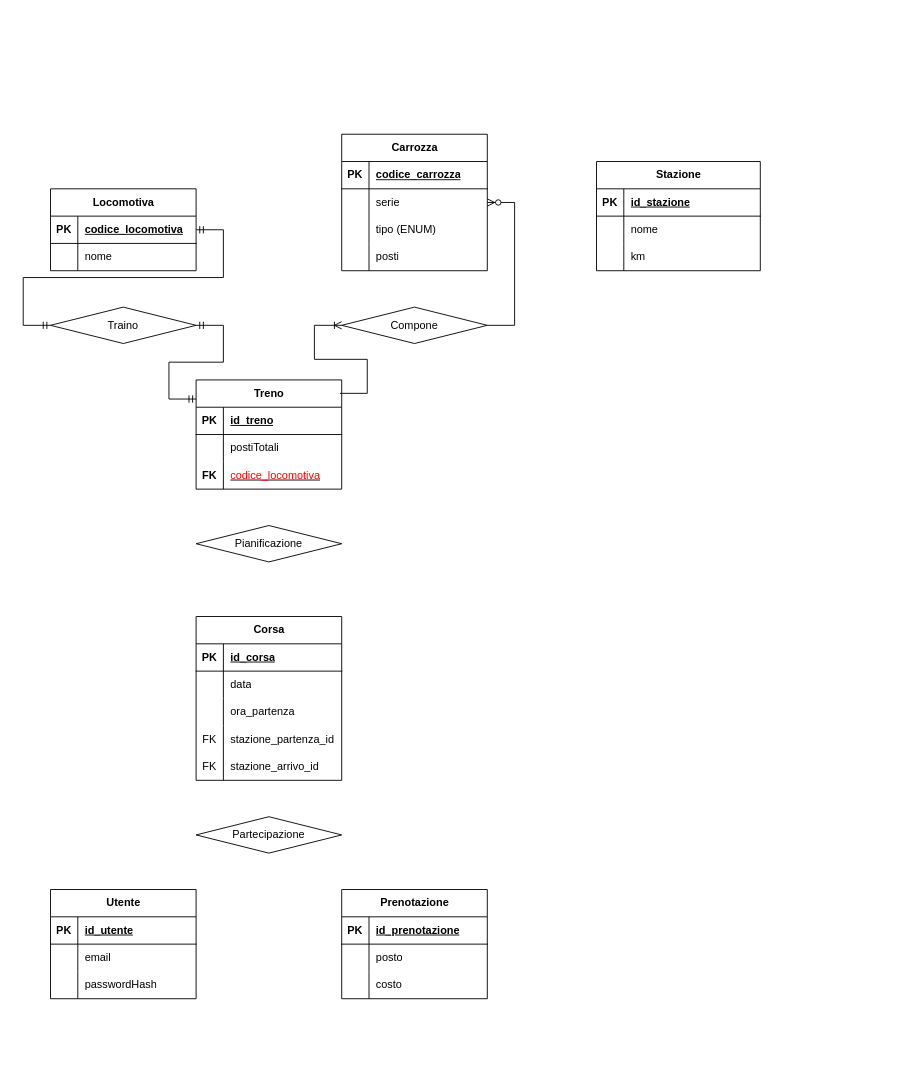
Earlier version of the draw.io diagram ER - vendita biglietti per SFT.drawio (alex991906/vendita-biglietti-sft). Source tidied: cells renumbered, new cells numbered last; positions are measured from the earlier drawing's top-left corner, leaving out a move shared by most shapes. Both pictures are drawn from the tidied source at 91%, with x=0, y=0 at pixel (50, 134).
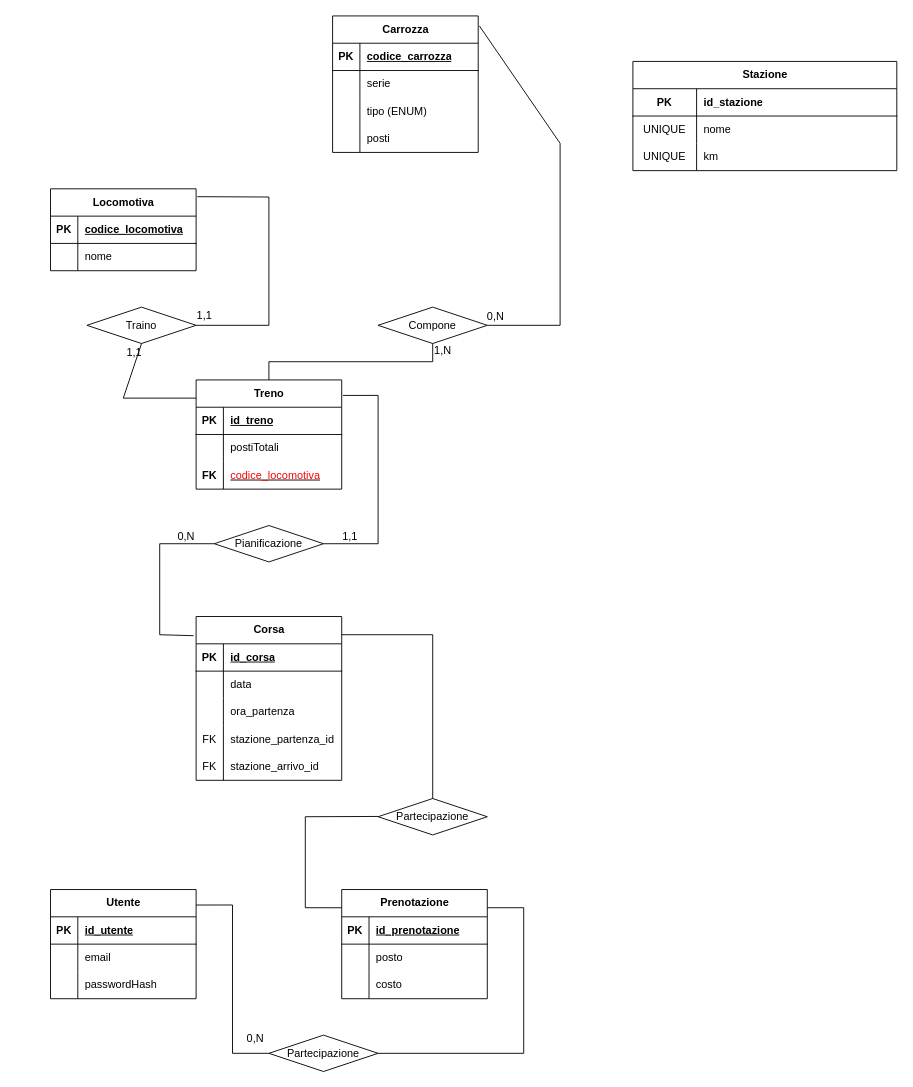
After the change.

The change refers to these unchanged cells:
```xml
<mxCell id="2" value="Corsa" style="shape=table;startSize=30;childLayout=tableLayout;rowLines=0;fontStyle=1;align=center;html=1;" parent="1" vertex="1">
  <mxGeometry x="160" y="530" width="160" height="180" as="geometry" />
</mxCell>
<mxCell id="28" value="Treno" style="shape=table;startSize=30;childLayout=tableLayout;rowLines=0;fontStyle=1;align=center;html=1;" parent="1" vertex="1">
  <mxGeometry x="160" y="270" width="160" height="120" as="geometry" />
</mxCell>
<mxCell id="38" value="Locomotiva" style="shape=table;startSize=30;childLayout=tableLayout;rowLines=0;fontStyle=1;align=center;html=1;" parent="1" vertex="1">
  <mxGeometry y="60" width="160" height="90" as="geometry" />
</mxCell>
<mxCell id="39" style="shape=tableRow;horizontal=0;startSize=0;swimlaneHead=0;swimlaneBody=0;fillColor=none;points=[[0,0.5],[1,0.5]];portConstraint=eastwest;top=0;left=0;right=0;bottom=1;" parent="38" vertex="1">
  <mxGeometry y="30" width="160" height="30" as="geometry" />
</mxCell>
<mxCell id="58" value="Prenotazione" style="shape=table;startSize=30;childLayout=tableLayout;rowLines=0;fontStyle=1;align=center;html=1;" parent="1" vertex="1">
  <mxGeometry x="320" y="830" width="160" height="120" as="geometry" />
</mxCell>
<mxCell id="72" value="Utente" style="shape=table;startSize=30;childLayout=tableLayout;rowLines=0;fontStyle=1;align=center;html=1;" parent="1" vertex="1">
  <mxGeometry y="830" width="160" height="120" as="geometry" />
</mxCell>
```

Change to the diagram source:
```diff
@@
     <mxCell id="18" value="Stazione" style="shape=table;startSize=30;childLayout=tableLayout;rowLines=0;fontStyle=1;align=center;html=1;" parent="1" vertex="1">
-      <mxGeometry x="600" y="30" width="180" height="120" as="geometry" />
+      <mxGeometry x="640" y="-80" width="290" height="120" as="geometry" />
     </mxCell>
     <mxCell id="19" style="shape=tableRow;horizontal=0;startSize=0;swimlaneHead=0;swimlaneBody=0;fillColor=none;top=0;left=0;right=0;bottom=1;" parent="18" vertex="1">
-      <mxGeometry y="30" width="180" height="30" as="geometry" />
+      <mxGeometry y="30" width="290" height="30" as="geometry" />
     </mxCell>
     <mxCell id="20" value="PK" style="shape=partialRectangle;fillColor=none;top=0;left=0;bottom=0;right=0;fontStyle=1;overflow=hidden;whiteSpace=wrap;html=1;" parent="19" vertex="1">
-      <mxGeometry width="30" height="30" as="geometry" />
+      <mxGeometry width="70" height="30" as="geometry" />
     </mxCell>
-    <mxCell id="21" value="id_stazione" style="shape=partialRectangle;fillColor=none;top=0;left=0;bottom=0;right=0;align=left;spacingLeft=6;fontStyle=5;overflow=hidden;whiteSpace=wrap;html=1;" parent="19" vertex="1">
-      <mxGeometry x="30" width="150" height="30" as="geometry" />
+    <mxCell id="21" value="id_stazione" style="shape=partialRectangle;fillColor=none;top=0;left=0;bottom=0;right=0;align=left;spacingLeft=6;fontStyle=1;overflow=hidden;whiteSpace=wrap;html=1;" parent="19" vertex="1">
+      <mxGeometry x="70" width="220" height="30" as="geometry" />
     </mxCell>
     <mxCell id="22" style="shape=tableRow;horizontal=0;startSize=0;swimlaneHead=0;swimlaneBody=0;fillColor=none;top=0;left=0;right=0;bottom=0;" parent="18" vertex="1">
-      <mxGeometry y="60" width="180" height="30" as="geometry" />
+      <mxGeometry y="60" width="290" height="30" as="geometry" />
     </mxCell>
-    <mxCell id="23" style="shape=partialRectangle;fillColor=none;top=0;left=0;bottom=0;right=0;overflow=hidden;whiteSpace=wrap;html=1;" parent="22" vertex="1">
-      <mxGeometry width="30" height="30" as="geometry" />
+    <mxCell id="23" value="UNIQUE" style="shape=partialRectangle;fillColor=none;top=0;left=0;bottom=0;right=0;overflow=hidden;whiteSpace=wrap;html=1;" parent="22" vertex="1">
+      <mxGeometry width="70" height="30" as="geometry" />
     </mxCell>
     <mxCell id="24" value="nome" style="shape=partialRectangle;fillColor=none;top=0;left=0;bottom=0;right=0;align=left;spacingLeft=6;overflow=hidden;whiteSpace=wrap;html=1;" parent="22" vertex="1">
-      <mxGeometry x="30" width="150" height="30" as="geometry" />
+      <mxGeometry x="70" width="220" height="30" as="geometry" />
     </mxCell>
     <mxCell id="25" style="shape=tableRow;horizontal=0;startSize=0;swimlaneHead=0;swimlaneBody=0;fillColor=none;top=0;left=0;right=0;bottom=0;" parent="18" vertex="1">
-      <mxGeometry y="90" width="180" height="30" as="geometry" />
+      <mxGeometry y="90" width="290" height="30" as="geometry" />
     </mxCell>
-    <mxCell id="26" style="shape=partialRectangle;fillColor=none;top=0;left=0;bottom=0;right=0;overflow=hidden;whiteSpace=wrap;html=1;" parent="25" vertex="1">
-      <mxGeometry width="30" height="30" as="geometry" />
+    <mxCell id="26" value="UNIQUE" style="shape=partialRectangle;fillColor=none;top=0;left=0;bottom=0;right=0;overflow=hidden;whiteSpace=wrap;html=1;" parent="25" vertex="1">
+      <mxGeometry width="70" height="30" as="geometry" />
     </mxCell>
     <mxCell id="27" value="km" style="shape=partialRectangle;fillColor=none;top=0;left=0;bottom=0;right=0;align=left;spacingLeft=6;overflow=hidden;whiteSpace=wrap;html=1;" parent="25" vertex="1">
-      <mxGeometry x="30" width="150" height="30" as="geometry" />
+      <mxGeometry x="70" width="220" height="30" as="geometry" />
     </mxCell>
@@
     <mxCell id="45" value="Carrozza" style="shape=table;startSize=30;childLayout=tableLayout;rowLines=0;fontStyle=1;align=center;html=1;" parent="1" vertex="1">
-      <mxGeometry x="320" width="160" height="150" as="geometry" />
+      <mxGeometry x="310" y="-130" width="160" height="150" as="geometry" />
     </mxCell>
@@
     <mxCell id="68" value="Compone" style="shape=rhombus;perimeter=rhombusPerimeter;whiteSpace=wrap;html=1;align=center;" parent="1" vertex="1">
-      <mxGeometry x="320" y="190" width="160" height="40" as="geometry" />
+      <mxGeometry x="360" y="190" width="120" height="40" as="geometry" />
     </mxCell>
     <mxCell id="69" value="Traino" style="shape=rhombus;perimeter=rhombusPerimeter;whiteSpace=wrap;html=1;align=center;" parent="1" vertex="1">
-      <mxGeometry y="190" width="160" height="40" as="geometry" />
+      <mxGeometry x="40" y="190" width="120" height="40" as="geometry" />
     </mxCell>
     <mxCell id="70" value="Pianificazione" style="shape=rhombus;perimeter=rhombusPerimeter;whiteSpace=wrap;html=1;align=center;" parent="1" vertex="1">
-      <mxGeometry x="160" y="430" width="160" height="40" as="geometry" />
+      <mxGeometry x="180" y="430" width="120" height="40" as="geometry" />
     </mxCell>
     <mxCell id="71" value="Partecipazione" style="shape=rhombus;perimeter=rhombusPerimeter;whiteSpace=wrap;html=1;align=center;" parent="1" vertex="1">
-      <mxGeometry x="160" y="750" width="160" height="40" as="geometry" />
+      <mxGeometry x="360" y="730" width="120" height="40" as="geometry" />
     </mxCell>
@@
+    <mxCell id="83" style="endArrow=none;html=1;rounded=0;entryX=1.008;entryY=0.073;entryDx=0;entryDy=0;entryPerimeter=0;exitX=1;exitY=0.5;exitDx=0;exitDy=0;" parent="1" edge="1" source="68" target="45">
+      <mxGeometry relative="1" as="geometry">
+        <Array as="points">
+          <mxPoint x="560" y="210" />
+          <mxPoint x="560" y="10" />
+        </Array>
+      </mxGeometry>
+    </mxCell>
-    <mxCell id="82" style="edgeStyle=entityRelationEdgeStyle;fontSize=12;html=1;endArrow=ERoneToMany;rounded=0;exitX=0.988;exitY=0.123;exitDx=0;exitDy=0;exitPerimeter=0;" parent="1" edge="1" source="28" target="68">
-      <mxGeometry relative="1" as="geometry" />
+    <mxCell id="82" style="endArrow=none;html=1;rounded=0;entryX=0.5;entryY=1;entryDx=0;entryDy=0;exitX=0.5;exitY=0;exitDx=0;exitDy=0;" parent="1" edge="1" source="28" target="68">
+      <mxGeometry relative="1" as="geometry">
+        <Array as="points">
+          <mxPoint x="240" y="250" />
+          <mxPoint x="420" y="250" />
+        </Array>
+      </mxGeometry>
     </mxCell>
-    <mxCell id="83" style="edgeStyle=entityRelationEdgeStyle;fontSize=12;html=1;endArrow=ERzeroToMany;endFill=1;rounded=0;" parent="1" edge="1" source="68" target="45">
-      <mxGeometry relative="1" as="geometry" />
-    </mxCell>
-    <mxCell id="84" style="edgeStyle=entityRelationEdgeStyle;fontSize=12;html=1;endArrow=ERmandOne;startArrow=ERmandOne;rounded=0;entryX=0.001;entryY=0.175;entryDx=0;entryDy=0;entryPerimeter=0;" parent="1" edge="1" source="69" target="28">
-      <mxGeometry relative="1" as="geometry" />
-    </mxCell>
-    <mxCell id="85" style="edgeStyle=entityRelationEdgeStyle;fontSize=12;html=1;endArrow=ERmandOne;startArrow=ERmandOne;rounded=0;" parent="1" edge="1" source="39">
-      <mxGeometry relative="1" as="geometry">
-        <mxPoint y="210" as="targetPoint" />
-      </mxGeometry>
-    </mxCell>
+    <mxCell id="86" style="endArrow=none;html=1;rounded=0;exitX=0.5;exitY=1;exitDx=0;exitDy=0;" parent="1" edge="1" source="69">
+      <mxGeometry relative="1" as="geometry">
+        <mxPoint x="160" y="290" as="targetPoint" />
+        <Array as="points">
+          <mxPoint x="80" y="290" />
+        </Array>
+      </mxGeometry>
+    </mxCell>
+    <mxCell id="87" style="endArrow=none;html=1;rounded=0;exitX=1;exitY=0.5;exitDx=0;exitDy=0;entryX=1.008;entryY=0.096;entryDx=0;entryDy=0;entryPerimeter=0;" parent="1" edge="1" source="69" target="38">
+      <mxGeometry relative="1" as="geometry">
+        <Array as="points">
+          <mxPoint x="240" y="210" />
+          <mxPoint x="240" y="69" />
+        </Array>
+      </mxGeometry>
+    </mxCell>
+    <mxCell id="88" style="endArrow=none;html=1;rounded=0;entryX=1.008;entryY=0.142;entryDx=0;entryDy=0;entryPerimeter=0;exitX=1;exitY=0.5;exitDx=0;exitDy=0;" parent="1" edge="1" source="70" target="28">
+      <mxGeometry relative="1" as="geometry">
+        <Array as="points">
+          <mxPoint x="360" y="450" />
+          <mxPoint x="360" y="287" />
+        </Array>
+      </mxGeometry>
+    </mxCell>
+    <mxCell id="89" style="endArrow=none;html=1;rounded=0;entryX=0;entryY=0.5;entryDx=0;entryDy=0;exitX=-0.017;exitY=0.117;exitDx=0;exitDy=0;exitPerimeter=0;" parent="1" edge="1" source="2" target="70">
+      <mxGeometry relative="1" as="geometry">
+        <Array as="points">
+          <mxPoint x="120" y="550" />
+          <mxPoint x="120" y="450" />
+        </Array>
+      </mxGeometry>
+    </mxCell>
+    <mxCell id="90" value="1,1" style="text;strokeColor=none;fillColor=none;spacingLeft=4;spacingRight=4;overflow=hidden;fontSize=12;whiteSpace=wrap;html=1;" parent="1" vertex="1">
+      <mxGeometry x="155" y="186" width="40" height="30" as="geometry" />
+    </mxCell>
+    <mxCell id="91" value="1,1" style="text;strokeColor=none;fillColor=none;spacingLeft=4;spacingRight=4;overflow=hidden;fontSize=12;whiteSpace=wrap;html=1;" parent="1" vertex="1">
+      <mxGeometry x="78" y="226" width="40" height="30" as="geometry" />
+    </mxCell>
+    <mxCell id="92" value="1,N" style="text;strokeColor=none;fillColor=none;spacingLeft=4;spacingRight=4;overflow=hidden;fontSize=12;whiteSpace=wrap;html=1;" parent="1" vertex="1">
+      <mxGeometry x="416" y="224" width="40" height="30" as="geometry" />
+    </mxCell>
+    <mxCell id="93" value="0,N" style="text;strokeColor=none;fillColor=none;spacingLeft=4;spacingRight=4;overflow=hidden;fontSize=12;whiteSpace=wrap;html=1;" parent="1" vertex="1">
+      <mxGeometry x="474" y="187" width="40" height="30" as="geometry" />
+    </mxCell>
+    <mxCell id="94" value="1,1" style="text;strokeColor=none;fillColor=none;spacingLeft=4;spacingRight=4;overflow=hidden;fontSize=12;whiteSpace=wrap;html=1;" parent="1" vertex="1">
+      <mxGeometry x="315" y="428" width="40" height="30" as="geometry" />
+    </mxCell>
+    <mxCell id="95" value="0,N" style="text;strokeColor=none;fillColor=none;spacingLeft=4;spacingRight=4;overflow=hidden;fontSize=12;whiteSpace=wrap;html=1;" parent="1" vertex="1">
+      <mxGeometry x="134.4" y="428" width="40" height="30" as="geometry" />
+    </mxCell>
+    <mxCell id="96" style="endArrow=none;html=1;rounded=0;entryX=0.5;entryY=0;entryDx=0;entryDy=0;" parent="1" edge="1" target="71">
+      <mxGeometry relative="1" as="geometry">
+        <mxPoint x="320" y="550" as="sourcePoint" />
+        <Array as="points">
+          <mxPoint x="420" y="550" />
+        </Array>
+      </mxGeometry>
+    </mxCell>
+    <mxCell id="97" style="endArrow=none;html=1;rounded=0;exitX=0;exitY=0.167;exitDx=0;exitDy=0;exitPerimeter=0;" parent="1" edge="1" source="58">
+      <mxGeometry relative="1" as="geometry">
+        <mxPoint x="360" y="749.7" as="targetPoint" />
+        <Array as="points">
+          <mxPoint x="280" y="850" />
+          <mxPoint x="280" y="750" />
+        </Array>
+      </mxGeometry>
+    </mxCell>
+    <mxCell id="98" value="Partecipazione" style="shape=rhombus;perimeter=rhombusPerimeter;whiteSpace=wrap;html=1;align=center;" parent="1" vertex="1">
+      <mxGeometry x="240" y="990" width="120" height="40" as="geometry" />
+    </mxCell>
+    <mxCell id="99" style="endArrow=none;html=1;rounded=0;entryX=1;entryY=0.5;entryDx=0;entryDy=0;" parent="1" edge="1" target="98">
+      <mxGeometry relative="1" as="geometry">
+        <mxPoint x="480" y="850" as="sourcePoint" />
+        <Array as="points">
+          <mxPoint x="520" y="850" />
+          <mxPoint x="520" y="1010" />
+        </Array>
+      </mxGeometry>
+    </mxCell>
+    <mxCell id="100" style="endArrow=none;html=1;rounded=0;exitX=1;exitY=0.142;exitDx=0;exitDy=0;exitPerimeter=0;entryX=0;entryY=0.5;entryDx=0;entryDy=0;" parent="1" edge="1" source="72" target="98">
+      <mxGeometry relative="1" as="geometry">
+        <Array as="points">
+          <mxPoint x="200" y="847" />
+          <mxPoint x="200" y="1010" />
+        </Array>
+      </mxGeometry>
+    </mxCell>
+    <mxCell id="101" value="0,N" style="text;strokeColor=none;fillColor=none;spacingLeft=4;spacingRight=4;overflow=hidden;fontSize=12;whiteSpace=wrap;html=1;" parent="1" vertex="1">
+      <mxGeometry x="210" y="980" width="40" height="30" as="geometry" />
+    </mxCell>
```
